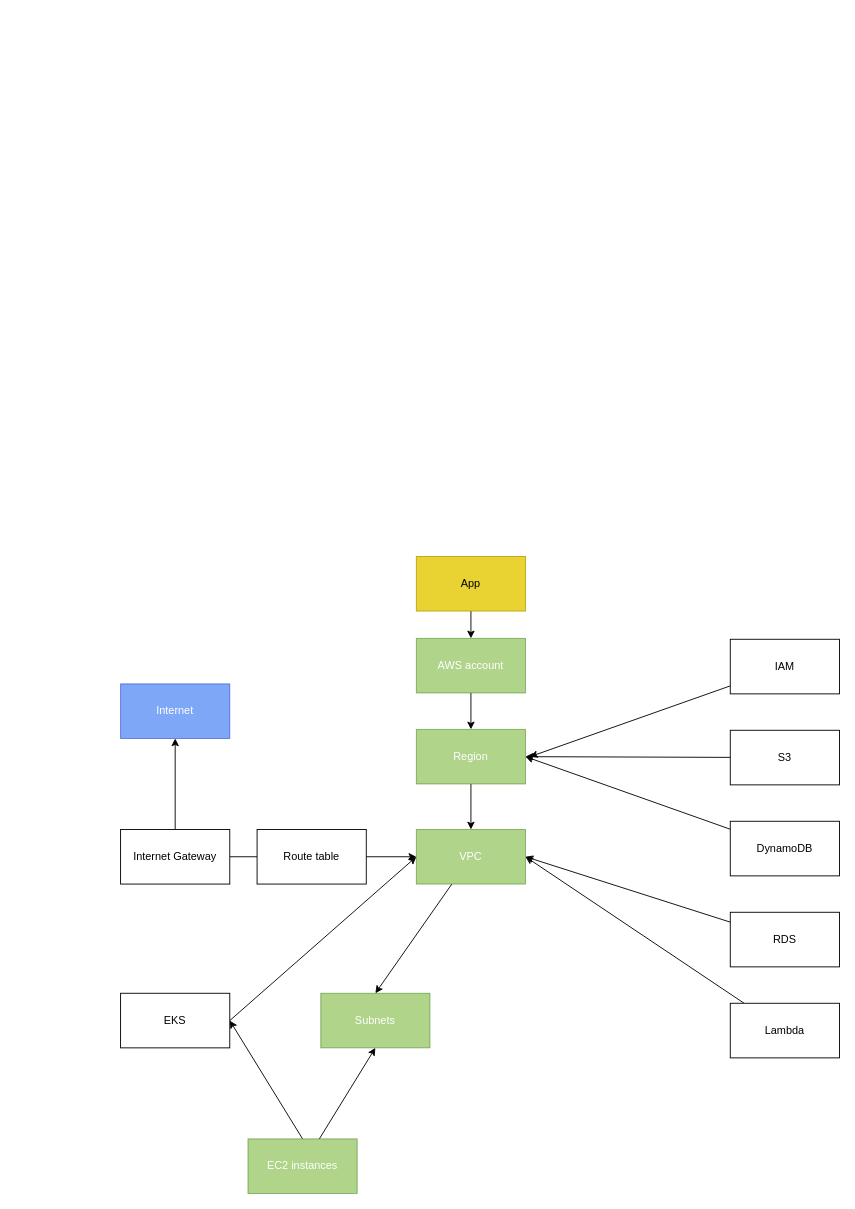
Before: page "Frontend" (2 of 2) of frontend-infrastructure.drawio in bartbriek/inventori, a draw.io diagram. Source tidied: cells renumbered, new cells numbered last; positions are measured from the earlier drawing's top-left corner, leaving out a move shared by most shapes. Both pictures are drawn from the tidied source at 91%, with x=0, y=0 at pixel (120, 556).
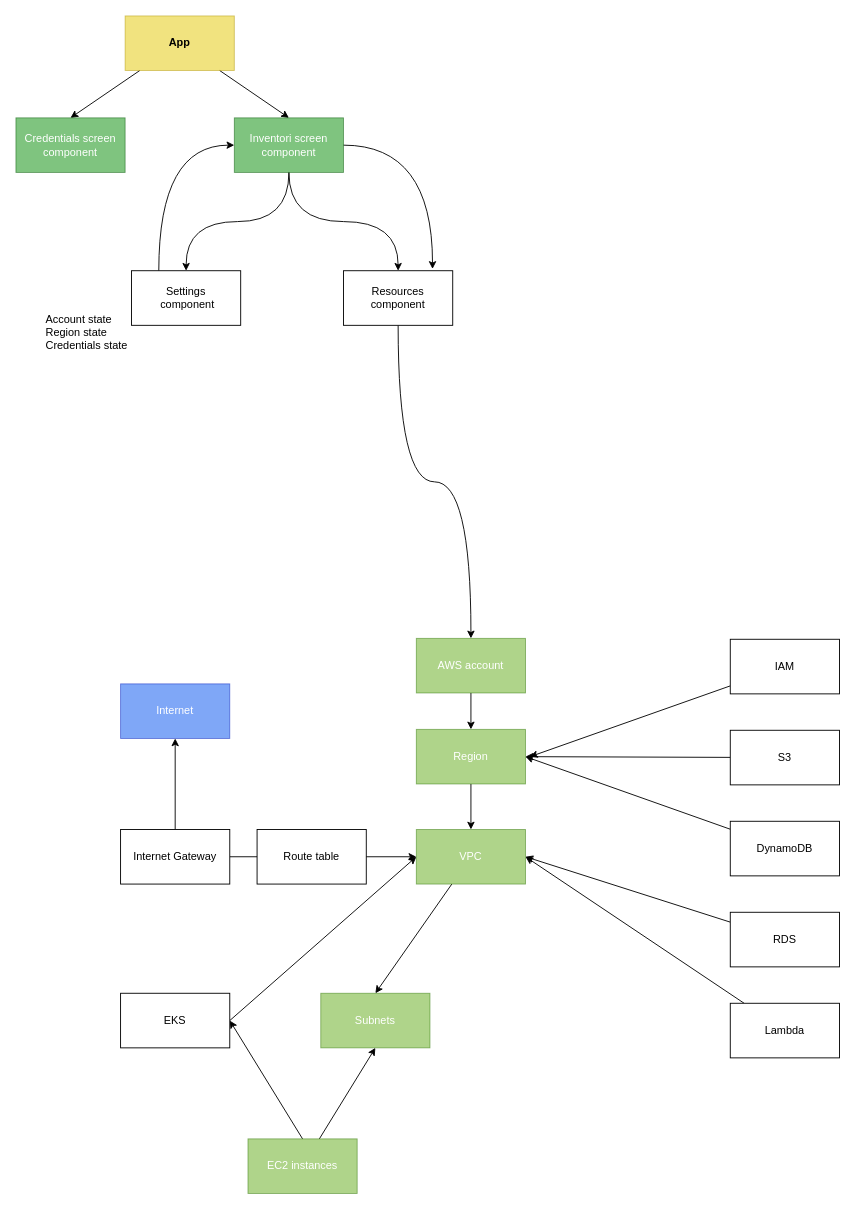
The same diagram, later.

Unchanged cells that the change refers to:
```xml
<mxCell id="5" value="AWS account" style="rounded=0;whiteSpace=wrap;html=1;fillColor=#60a917;fontColor=#ffffff;strokeColor=#2D7600;opacity=50;" parent="1" vertex="1">
  <mxGeometry x="325" y="90" width="120" height="60" as="geometry" />
</mxCell>
```

The edit, as a diff of the source:
```diff
@@
-    <mxCell id="2" style="edgeStyle=none;html=1;entryX=0.5;entryY=0;entryDx=0;entryDy=0;" parent="1" edge="1" source="3" target="5">
-      <mxGeometry relative="1" as="geometry" />
-    </mxCell>
+    <mxCell id="31" style="edgeStyle=none;html=1;entryX=0.5;entryY=0;entryDx=0;entryDy=0;" parent="1" edge="1" source="3" target="37">
+      <mxGeometry relative="1" as="geometry" />
+    </mxCell>
+    <mxCell id="32" style="edgeStyle=none;html=1;entryX=0.5;entryY=0;entryDx=0;entryDy=0;" parent="1" edge="1" source="3" target="36">
+      <mxGeometry relative="1" as="geometry" />
+    </mxCell>
-    <mxCell id="3" value="App" style="rounded=0;whiteSpace=wrap;html=1;fillColor=#e3c800;fontColor=#000000;strokeColor=#B09500;opacity=80;" parent="1" vertex="1">
-      <mxGeometry x="325" width="120" height="60" as="geometry" />
+    <mxCell id="3" value="App" style="rounded=0;whiteSpace=wrap;html=1;fillColor=#e3c800;fontColor=#000000;strokeColor=#B09500;opacity=50;fontStyle=1;" parent="1" vertex="1">
+      <mxGeometry x="5" y="-594" width="120" height="60" as="geometry" />
     </mxCell>
@@
+    <mxCell id="33" style="edgeStyle=orthogonalEdgeStyle;curved=1;html=1;startArrow=none;startFill=0;" parent="1" edge="1" source="36" target="39">
+      <mxGeometry relative="1" as="geometry" />
+    </mxCell>
+    <mxCell id="34" style="edgeStyle=orthogonalEdgeStyle;curved=1;html=1;" parent="1" edge="1" source="36" target="41">
+      <mxGeometry relative="1" as="geometry" />
+    </mxCell>
+    <mxCell id="35" style="edgeStyle=orthogonalEdgeStyle;curved=1;html=1;entryX=0.815;entryY=-0.033;entryDx=0;entryDy=0;entryPerimeter=0;startArrow=none;startFill=0;exitX=1;exitY=0.5;exitDx=0;exitDy=0;" parent="1" edge="1" source="36" target="41">
+      <mxGeometry relative="1" as="geometry" />
+    </mxCell>
+    <mxCell id="36" value="Inventori screen component" style="rounded=0;whiteSpace=wrap;html=1;fillColor=#008a00;fontColor=#ffffff;strokeColor=#005700;opacity=50;" parent="1" vertex="1">
+      <mxGeometry x="125" y="-482" width="120" height="60" as="geometry" />
+    </mxCell>
+    <mxCell id="37" value="Credentials screen component" style="rounded=0;whiteSpace=wrap;html=1;fillColor=#008a00;fontColor=#ffffff;strokeColor=#005700;opacity=50;" parent="1" vertex="1">
+      <mxGeometry x="-115" y="-482" width="120" height="60" as="geometry" />
+    </mxCell>
+    <mxCell id="38" style="edgeStyle=orthogonalEdgeStyle;curved=1;html=1;entryX=0;entryY=0.5;entryDx=0;entryDy=0;startArrow=none;startFill=0;exitX=0.25;exitY=0;exitDx=0;exitDy=0;" parent="1" edge="1" source="39" target="36">
+      <mxGeometry relative="1" as="geometry" />
+    </mxCell>
+    <mxCell id="39" value="Settings&lt;br&gt;&amp;nbsp;component" style="rounded=0;whiteSpace=wrap;html=1;" parent="1" vertex="1">
+      <mxGeometry x="12" y="-314" width="120" height="60" as="geometry" />
+    </mxCell>
+    <mxCell id="40" style="edgeStyle=orthogonalEdgeStyle;curved=1;html=1;entryX=0.5;entryY=0;entryDx=0;entryDy=0;startArrow=none;startFill=0;" parent="1" edge="1" source="41" target="5">
+      <mxGeometry relative="1" as="geometry" />
+    </mxCell>
+    <mxCell id="41" value="Resources component" style="rounded=0;whiteSpace=wrap;html=1;" parent="1" vertex="1">
+      <mxGeometry x="245" y="-314" width="120" height="60" as="geometry" />
+    </mxCell>
+    <mxCell id="42" value="Account state&lt;br&gt;Region state&lt;br&gt;Credentials state" style="text;html=1;strokeColor=none;fillColor=none;align=left;verticalAlign=middle;whiteSpace=wrap;rounded=0;opacity=50;" parent="1" vertex="1">
+      <mxGeometry x="-84" y="-282" width="115" height="72" as="geometry" />
+    </mxCell>
```
